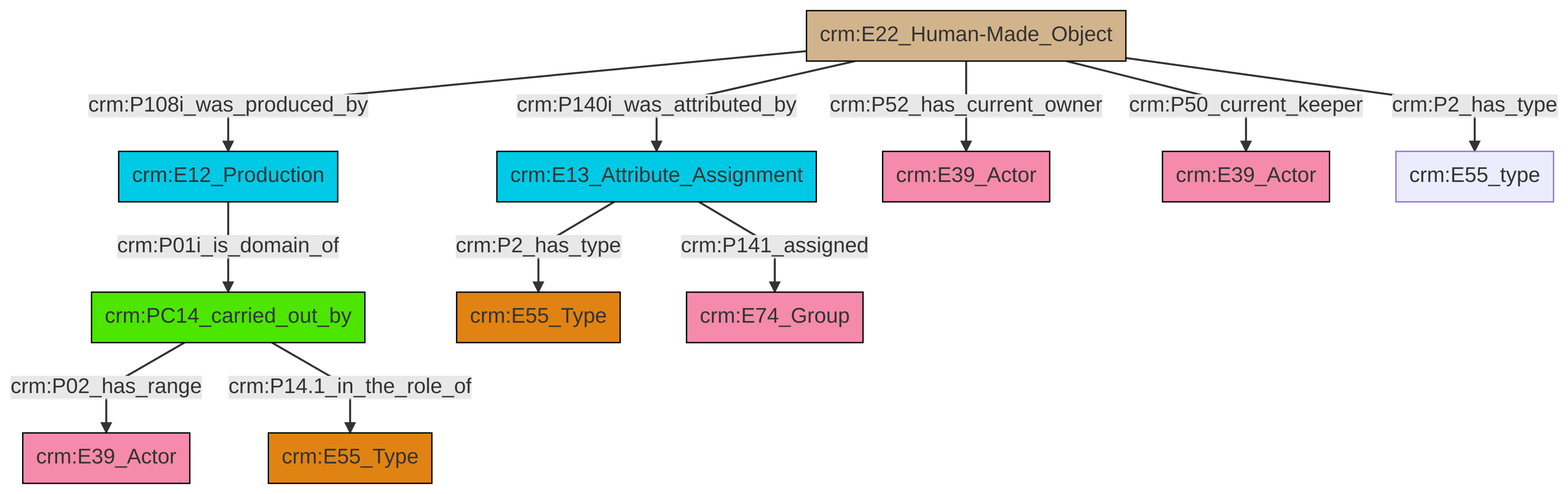
The Mermaid diagram et/artworkCSV/ttl/mmd/png/Artwork_Actor_Relations.png in swiss-art-research-net/docs.swissartresearch, before a commit. Its source is kept beside it as et/artworkCSV/ttl/mmd/Artwork_Actor_Relations.ttl.mmd.
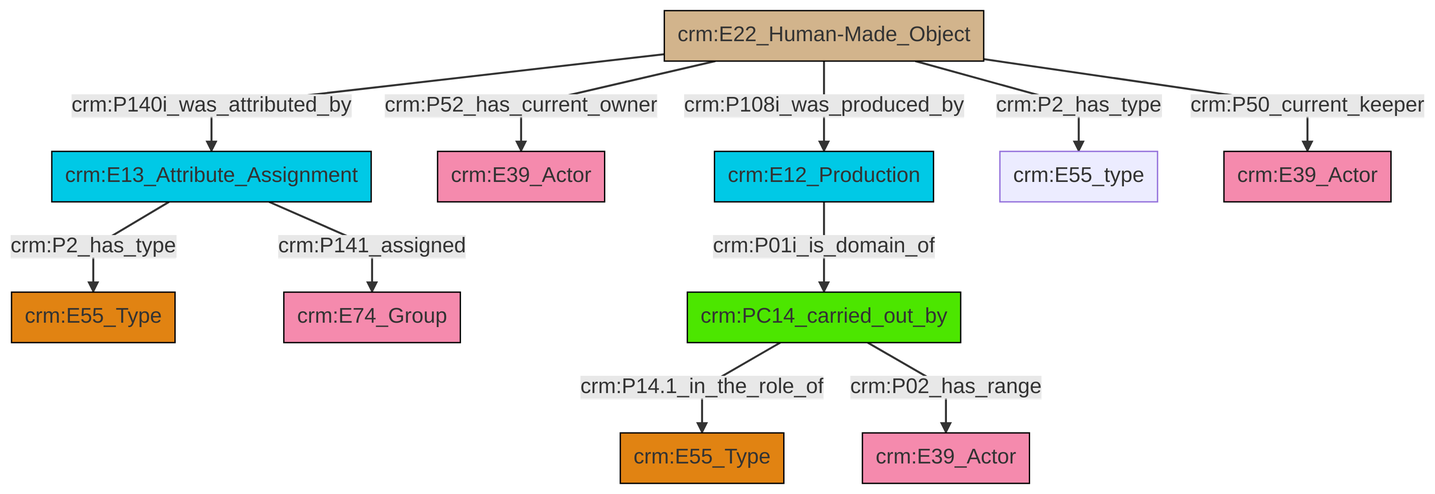
After the change.

Change to the diagram source:
```diff
@@ -13,13 +13,13 @@
 classDef PC_Classes fill:#4ce600, stroke:#000000;
 classDef Multi fill:#cccccc,stroke:#000000;
 
-0["crm:E22_Human-Made_Object"]:::Physical_Thing -->|crm:P140i_was_attributed_by| 1["crm:E13_Attribute_Assignment"]:::Temporal_Entity
-2["crm:PC14_carried_out_by"]:::PC_Classes -->|crm:P02_has_range| 3["crm:E39_Actor"]:::Actor
-2["crm:PC14_carried_out_by"]:::PC_Classes -->|crm:P14.1_in_the_role_of| 4["crm:E55_Type"]:::Type
-0["crm:E22_Human-Made_Object"]:::Physical_Thing -->|crm:P52_has_current_owner| 7["crm:E39_Actor"]:::Actor
-1["crm:E13_Attribute_Assignment"]:::Temporal_Entity -->|crm:P2_has_type| 8["crm:E55_Type"]:::Type
-1["crm:E13_Attribute_Assignment"]:::Temporal_Entity -->|crm:P141_assigned| 10["crm:E74_Group"]:::Actor
-0["crm:E22_Human-Made_Object"]:::Physical_Thing -->|crm:P50_current_keeper| 13["crm:E39_Actor"]:::Actor
-0["crm:E22_Human-Made_Object"]:::Physical_Thing -->|crm:P108i_was_produced_by| 5["crm:E12_Production"]:::Temporal_Entity
-0["crm:E22_Human-Made_Object"]:::Physical_Thing -->|crm:P2_has_type| 17["crm:E55_type"]:::Default
-5["crm:E12_Production"]:::Temporal_Entity -->|crm:P01i_is_domain_of| 2["crm:PC14_carried_out_by"]:::PC_Classes
+0["crm:E13_Attribute_Assignment"]:::Temporal_Entity -->|crm:P141_assigned| 7["crm:E74_Group"]:::Actor
+8["crm:E12_Production"]:::Temporal_Entity -->|crm:P01i_is_domain_of| 9["crm:PC14_carried_out_by"]:::PC_Classes
+0["crm:E13_Attribute_Assignment"]:::Temporal_Entity -->|crm:P2_has_type| 2["crm:E55_Type"]:::Type
+10["crm:E22_Human-Made_Object"]:::Physical_Thing -->|crm:P52_has_current_owner| 4["crm:E39_Actor"]:::Actor
+10["crm:E22_Human-Made_Object"]:::Physical_Thing -->|crm:P2_has_type| 11["crm:E55_type"]:::Default
+10["crm:E22_Human-Made_Object"]:::Physical_Thing -->|crm:P108i_was_produced_by| 8["crm:E12_Production"]:::Temporal_Entity
+10["crm:E22_Human-Made_Object"]:::Physical_Thing -->|crm:P50_current_keeper| 14["crm:E39_Actor"]:::Actor
+10["crm:E22_Human-Made_Object"]:::Physical_Thing -->|crm:P140i_was_attributed_by| 0["crm:E13_Attribute_Assignment"]:::Temporal_Entity
+9["crm:PC14_carried_out_by"]:::PC_Classes -->|crm:P14.1_in_the_role_of| 19["crm:E55_Type"]:::Type
+9["crm:PC14_carried_out_by"]:::PC_Classes -->|crm:P02_has_range| 21["crm:E39_Actor"]:::Actor
```
